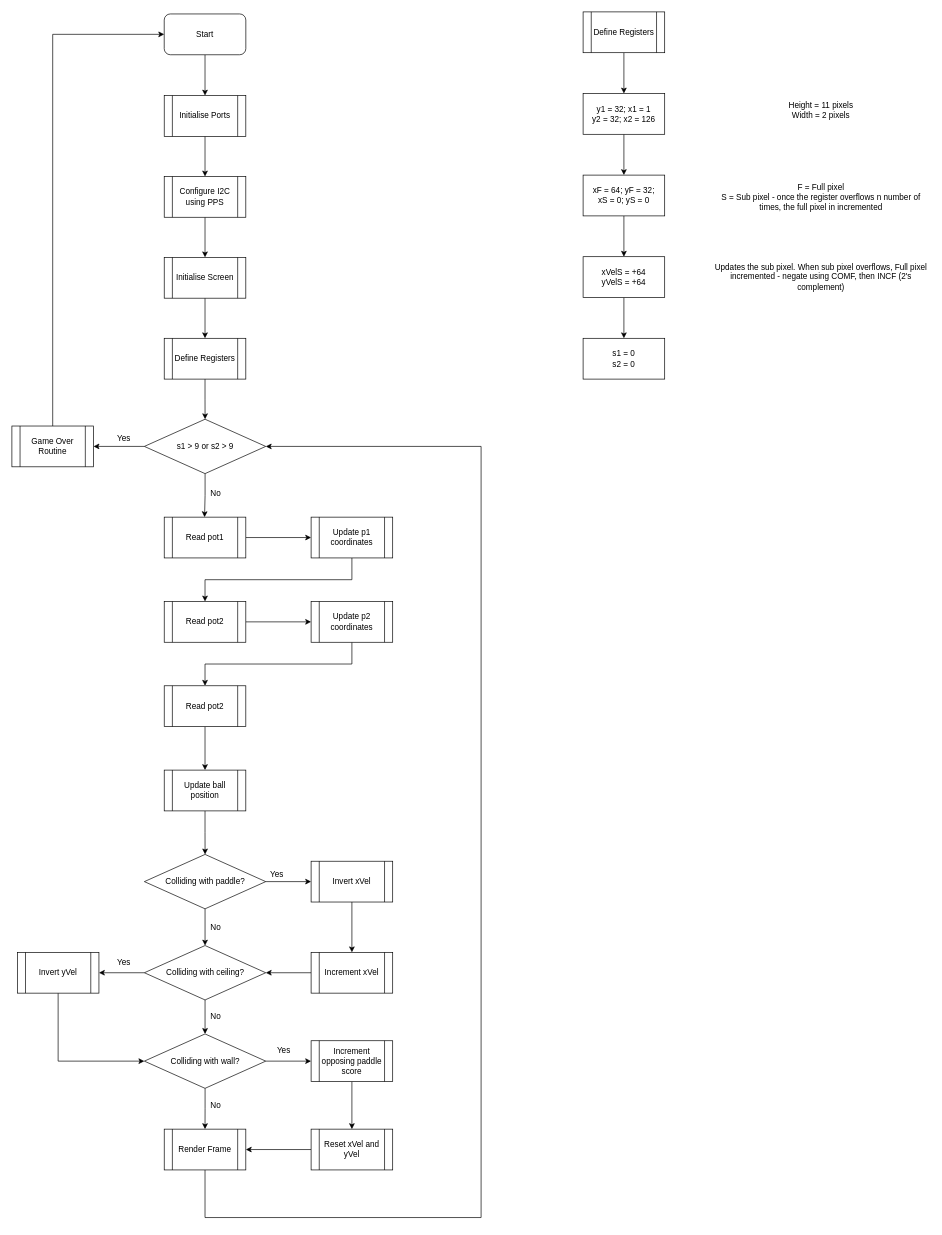
This is misc/Pong.drawio from tecknet-gg/asm-pong, a draw.io file, before an edit. Source tidied: cells renumbered, new cells numbered last; positions are measured from the earlier drawing's top-left corner, leaving out a move shared by most shapes. Both pictures are drawn from the tidied source at 68%, with x=0, y=0 at pixel (12, 12).
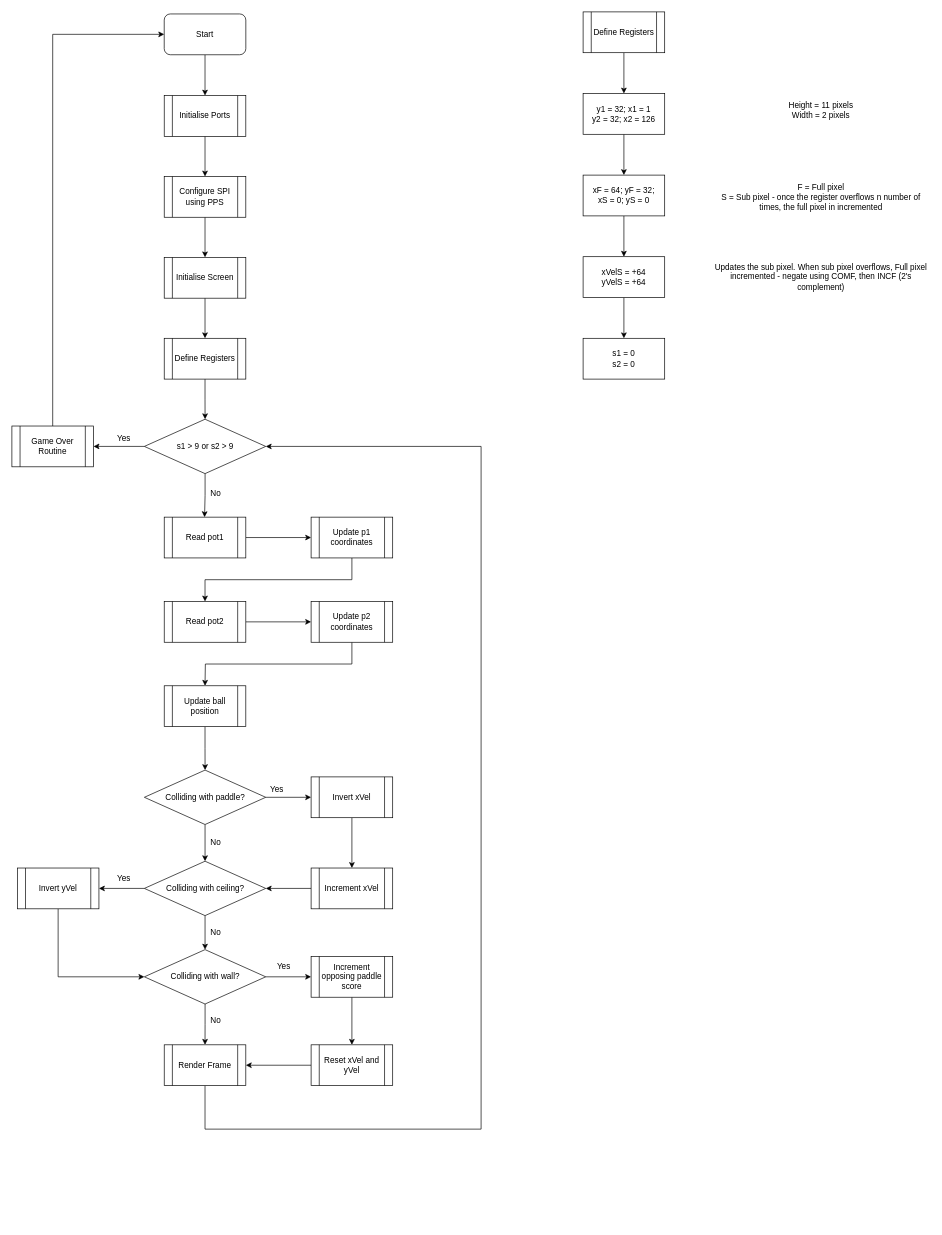
After the change.

Unchanged cells that the change refers to:
```xml
<mxCell id="26" value="s1 &amp;gt; 9 or s2 &amp;gt; 9" style="rhombus;whiteSpace=wrap;html=1;shapeInside=1;" parent="1" vertex="1">
  <mxGeometry x="194.8" y="599" width="178.5" height="80" as="geometry" />
</mxCell>
<mxCell id="37" value="Update p2 coordinates" style="shape=process;whiteSpace=wrap;html=1;backgroundOutline=1;" parent="1" vertex="1">
  <mxGeometry x="440" y="867" width="120" height="60" as="geometry" />
</mxCell>
```

Diff of the diagram source:
```diff
@@
-    <mxCell id="7" value="Configure I2C using PPS" style="shape=process;whiteSpace=wrap;html=1;backgroundOutline=1;" parent="1" vertex="1">
+    <mxCell id="7" value="Configure SPI using PPS" style="shape=process;whiteSpace=wrap;html=1;backgroundOutline=1;" parent="1" vertex="1">
       <mxGeometry x="224" y="242" width="120" height="60" as="geometry" />
     </mxCell>
@@
-    <mxCell id="36" style="edgeStyle=orthogonalEdgeStyle;rounded=0;jettySize=auto;html=1;exitX=0.5;exitY=1;exitDx=0;exitDy=0;entryX=0.5;entryY=0;entryDx=0;entryDy=0;" parent="1" edge="1" source="37" target="39">
-      <mxGeometry relative="1" as="geometry" />
+    <mxCell id="36" style="edgeStyle=orthogonalEdgeStyle;rounded=0;jettySize=auto;html=1;exitX=0.5;exitY=1;exitDx=0;exitDy=0;entryX=0.5;entryY=0;entryDx=0;entryDy=0;" parent="1" edge="1" source="37">
+      <mxGeometry relative="1" as="geometry">
+        <mxPoint x="284" y="991" as="targetPoint" />
+      </mxGeometry>
     </mxCell>
@@
-    <mxCell id="38" style="edgeStyle=orthogonalEdgeStyle;rounded=0;jettySize=auto;html=1;" parent="1" edge="1" source="39" target="41">
-      <mxGeometry relative="1" as="geometry" />
-    </mxCell>
-    <mxCell id="39" value="&lt;div&gt;Read pot2&lt;/div&gt;" style="shape=process;whiteSpace=wrap;html=1;backgroundOutline=1;" parent="1" vertex="1">
-      <mxGeometry x="224" y="991" width="120" height="60" as="geometry" />
-    </mxCell>
@@
     <mxCell id="41" value="&lt;div&gt;Update ball position&lt;/div&gt;" style="shape=process;whiteSpace=wrap;html=1;backgroundOutline=1;" parent="1" vertex="1">
-      <mxGeometry x="224" y="1115" width="120" height="60" as="geometry" />
+      <mxGeometry x="224" y="991" width="120" height="60" as="geometry" />
     </mxCell>
@@
     <mxCell id="44" value="Colliding with paddle?" style="rhombus;whiteSpace=wrap;html=1;shapeInside=1;" parent="1" vertex="1">
-      <mxGeometry x="194.8" y="1239" width="178.5" height="80" as="geometry" />
+      <mxGeometry x="194.8" y="1115" width="178.5" height="80" as="geometry" />
     </mxCell>
@@
     <mxCell id="46" value="Invert xVel" style="shape=process;whiteSpace=wrap;html=1;backgroundOutline=1;" parent="1" vertex="1">
-      <mxGeometry x="440" y="1249" width="120" height="60" as="geometry" />
+      <mxGeometry x="440" y="1125" width="120" height="60" as="geometry" />
     </mxCell>
@@
     <mxCell id="48" value="Increment xVel" style="shape=process;whiteSpace=wrap;html=1;backgroundOutline=1;" parent="1" vertex="1">
-      <mxGeometry x="440" y="1383" width="120" height="60" as="geometry" />
+      <mxGeometry x="440" y="1259" width="120" height="60" as="geometry" />
     </mxCell>
@@
     <mxCell id="51" value="Colliding with ceiling?" style="rhombus;whiteSpace=wrap;html=1;shapeInside=1;" parent="1" vertex="1">
-      <mxGeometry x="194.8" y="1373" width="178.5" height="80" as="geometry" />
+      <mxGeometry x="194.8" y="1249" width="178.5" height="80" as="geometry" />
     </mxCell>
@@
     <mxCell id="53" value="No" style="text;html=1;whiteSpace=wrap;strokeColor=none;fillColor=none;align=center;verticalAlign=middle;rounded=0;" parent="1" vertex="1">
-      <mxGeometry x="270" y="1331" width="60" height="30" as="geometry" />
+      <mxGeometry x="270" y="1207" width="60" height="30" as="geometry" />
     </mxCell>
     <mxCell id="54" value="&lt;div&gt;Yes&lt;/div&gt;" style="text;html=1;whiteSpace=wrap;strokeColor=none;fillColor=none;align=center;verticalAlign=middle;rounded=0;" parent="1" vertex="1">
-      <mxGeometry x="360" y="1253" width="60" height="30" as="geometry" />
+      <mxGeometry x="360" y="1129" width="60" height="30" as="geometry" />
     </mxCell>
@@
     <mxCell id="56" value="Invert yVel" style="shape=process;whiteSpace=wrap;html=1;backgroundOutline=1;" parent="1" vertex="1">
-      <mxGeometry x="8" y="1383" width="120" height="60" as="geometry" />
+      <mxGeometry x="8" y="1259" width="120" height="60" as="geometry" />
     </mxCell>
     <mxCell id="57" value="&lt;div&gt;Yes&lt;/div&gt;" style="text;html=1;whiteSpace=wrap;strokeColor=none;fillColor=none;align=center;verticalAlign=middle;rounded=0;" parent="1" vertex="1">
-      <mxGeometry x="134.8" y="1383" width="60" height="30" as="geometry" />
+      <mxGeometry x="134.8" y="1259" width="60" height="30" as="geometry" />
     </mxCell>
@@
     <mxCell id="60" value="Colliding with wall?" style="rhombus;whiteSpace=wrap;html=1;shapeInside=1;" parent="1" vertex="1">
-      <mxGeometry x="194.8" y="1503" width="178.5" height="80" as="geometry" />
+      <mxGeometry x="194.8" y="1379" width="178.5" height="80" as="geometry" />
     </mxCell>
     <mxCell id="61" value="No" style="text;html=1;whiteSpace=wrap;strokeColor=none;fillColor=none;align=center;verticalAlign=middle;rounded=0;" parent="1" vertex="1">
-      <mxGeometry x="270" y="1463" width="60" height="30" as="geometry" />
+      <mxGeometry x="270" y="1339" width="60" height="30" as="geometry" />
     </mxCell>
@@
     <mxCell id="63" value="Increment opposing paddle score" style="shape=process;whiteSpace=wrap;html=1;backgroundOutline=1;" parent="1" vertex="1">
-      <mxGeometry x="440" y="1513" width="120" height="60" as="geometry" />
+      <mxGeometry x="440" y="1389" width="120" height="60" as="geometry" />
     </mxCell>
     <mxCell id="64" value="&lt;div&gt;Yes&lt;/div&gt;" style="text;html=1;whiteSpace=wrap;strokeColor=none;fillColor=none;align=center;verticalAlign=middle;rounded=0;" parent="1" vertex="1">
-      <mxGeometry x="370" y="1513" width="60" height="30" as="geometry" />
+      <mxGeometry x="370" y="1389" width="60" height="30" as="geometry" />
     </mxCell>
@@
     <mxCell id="66" value="Reset xVel and yVel" style="shape=process;whiteSpace=wrap;html=1;backgroundOutline=1;" parent="1" vertex="1">
-      <mxGeometry x="440" y="1643" width="120" height="60" as="geometry" />
+      <mxGeometry x="440" y="1519" width="120" height="60" as="geometry" />
     </mxCell>
     <mxCell id="67" style="edgeStyle=orthogonalEdgeStyle;rounded=0;jettySize=auto;html=1;exitX=0.5;exitY=1;exitDx=0;exitDy=0;entryX=1;entryY=0.5;entryDx=0;entryDy=0;" parent="1" edge="1" source="68" target="26">
       <mxGeometry relative="1" as="geometry">
         <Array as="points">
-          <mxPoint x="284" y="1773" />
-          <mxPoint x="690" y="1773" />
+          <mxPoint x="284.1" y="1643" />
+          <mxPoint x="690" y="1643" />
           <mxPoint x="690" y="639" />
         </Array>
       </mxGeometry>
     </mxCell>
     <mxCell id="68" value="Render Frame" style="shape=process;whiteSpace=wrap;html=1;backgroundOutline=1;" parent="1" vertex="1">
-      <mxGeometry x="224" y="1643" width="120" height="60" as="geometry" />
+      <mxGeometry x="224" y="1519" width="120" height="60" as="geometry" />
     </mxCell>
     <mxCell id="69" value="No" style="text;html=1;whiteSpace=wrap;strokeColor=none;fillColor=none;align=center;verticalAlign=middle;rounded=0;" parent="1" vertex="1">
-      <mxGeometry x="270" y="1593" width="60" height="30" as="geometry" />
+      <mxGeometry x="270" y="1469" width="60" height="30" as="geometry" />
     </mxCell>
```
